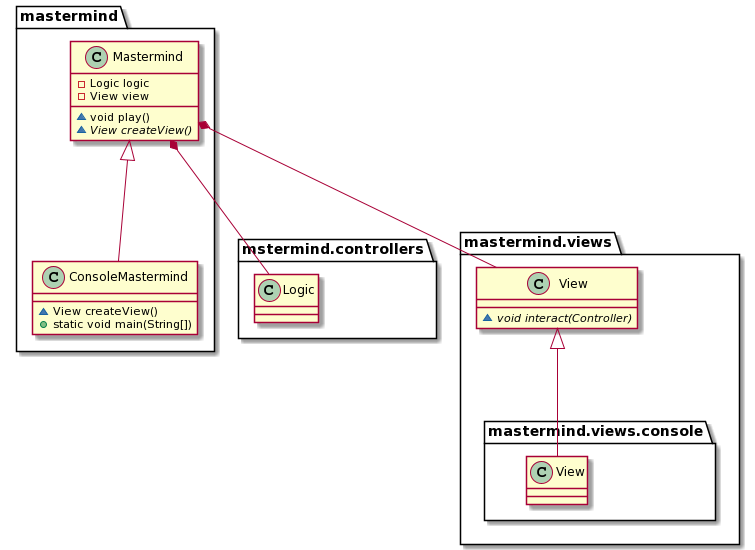
The PlantUML diagram images/paquete_mastermind.png in anagonzalezsantam/Mastermind, before a commit.
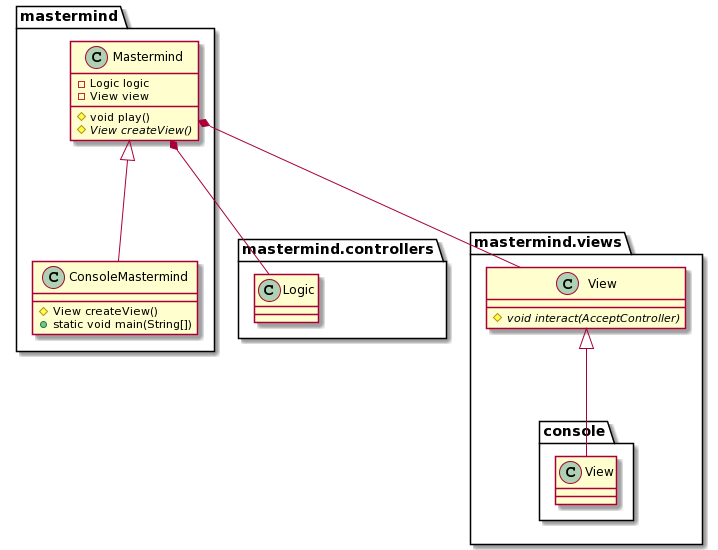
The same file after the commit.

Change to the diagram source:
```diff
@@ -3,30 +3,30 @@
   class Mastermind {
     -Logic logic
     -View view
-    ~void play()
-    ~{abstract}View createView()
+    #void play()
+    #{abstract} View createView()
   }
 
-  class ConsoleMastermind{
-    ~View createView()
+  class ConsoleMastermind {
+    #View createView()
     +static void main(String[])
+  }
+
+}
+package mastermind.controllers {
+  class Logic
+}
+package mastermind.views {
+  class View {
+    #{abstract} void interact(AcceptController)
+  }
+  package console {
+     class View {
+
+     }
   }
 }
 
-package mstermind.controllers {
-  class Logic
-}
-
-package mastermind.views {
-  class View {
-    ~{abstract} void interact(Controller)
-  }
-  package mastermind.views.console {
-    class mastermind.views.console.View {
-
-    }
-  }
-}
 
 Mastermind <|--- ConsoleMastermind
 Mastermind *--- Logic
```
